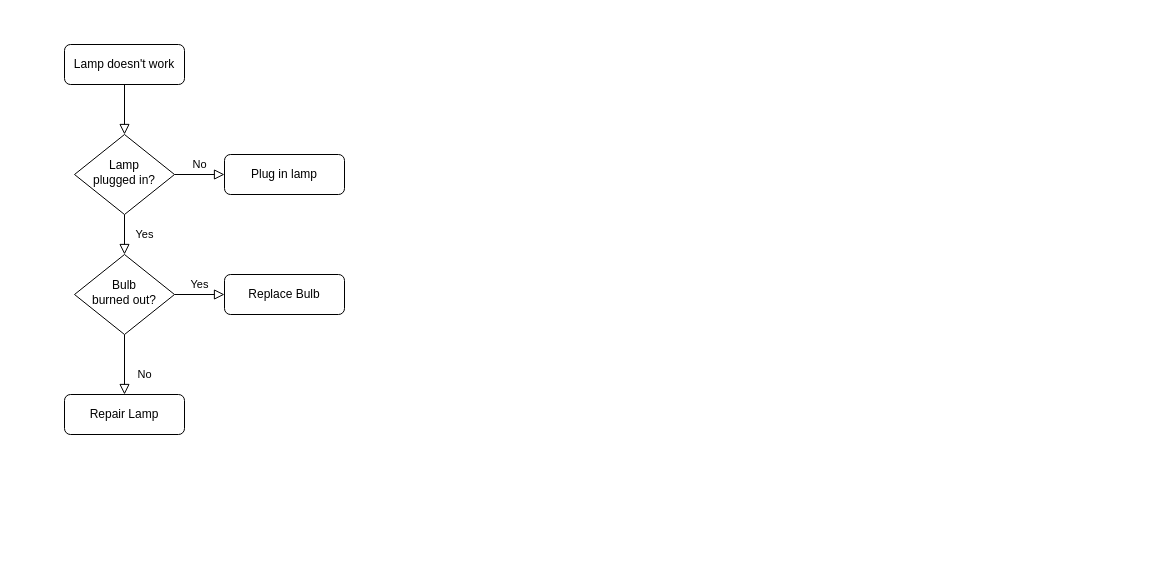
Above: Untitled Diagram.drawio in Terrorknubbel/Inventur (draw.io), before the change. Source tidied: cells renumbered, new cells numbered last; positions are measured from the earlier drawing's top-left corner, leaving out a move shared by most shapes. Both pictures are drawn from the tidied source at 100%, with x=0, y=0 at pixel (64, 44).
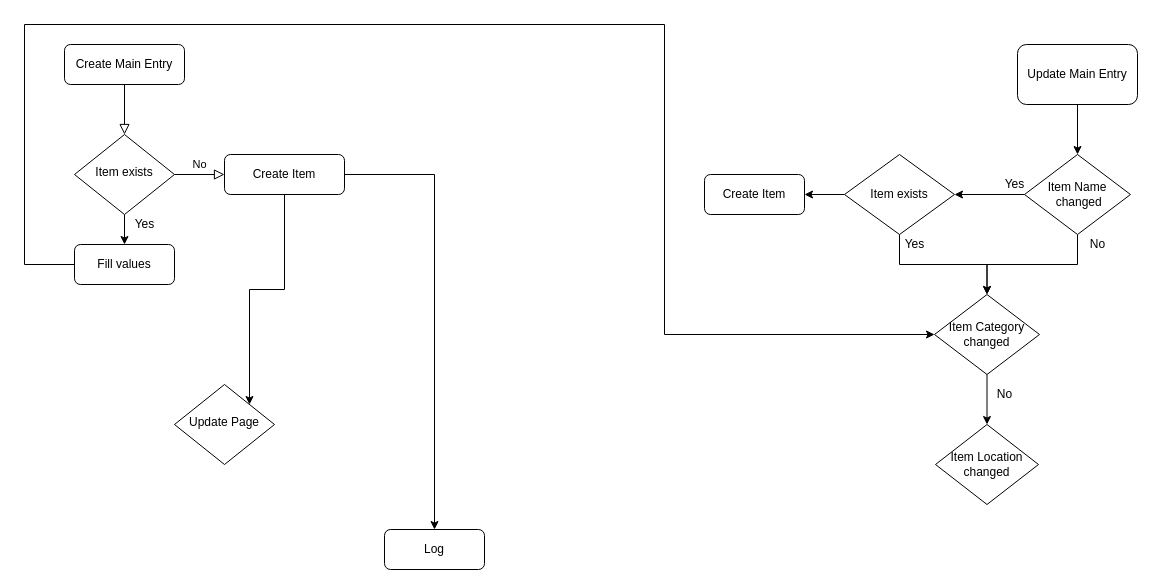
The same diagram, later.

Change to the diagram source:
```diff
@@
-    <mxCell id="3" value="Lamp doesn't work" style="rounded=1;whiteSpace=wrap;html=1;fontSize=12;glass=0;strokeWidth=1;shadow=0;" parent="1" vertex="1">
+    <mxCell id="3" value="Create Main Entry" style="rounded=1;whiteSpace=wrap;html=1;fontSize=12;glass=0;strokeWidth=1;shadow=0;" parent="1" vertex="1">
       <mxGeometry width="120" height="40" as="geometry" />
     </mxCell>
-    <mxCell id="4" value="Yes" style="rounded=0;html=1;jettySize=auto;fontSize=11;endArrow=block;endFill=0;endSize=8;strokeWidth=1;shadow=0;labelBackgroundColor=none;edgeStyle=orthogonalEdgeStyle;" parent="1" edge="1" source="6" target="10">
-      <mxGeometry y="20" relative="1" as="geometry" />
-    </mxCell>
@@
+    <mxCell id="13" style="edgeStyle=orthogonalEdgeStyle;rounded=0;jettySize=auto;html=1;exitX=0.5;exitY=1;exitDx=0;exitDy=0;entryX=0.5;entryY=0;entryDx=0;entryDy=0;" parent="1" edge="1" source="6" target="33">
+      <mxGeometry relative="1" as="geometry" />
+    </mxCell>
-    <mxCell id="6" value="Lamp&lt;br&gt;plugged in?" style="rhombus;whiteSpace=wrap;html=1;shadow=0;fontFamily=Helvetica;fontSize=12;align=center;strokeWidth=1;spacing=6;spacingTop=-4;" parent="1" vertex="1">
+    <mxCell id="6" value="Item exists" style="rhombus;whiteSpace=wrap;html=1;shadow=0;fontFamily=Helvetica;fontSize=12;align=center;strokeWidth=1;spacing=6;spacingTop=-4;" parent="1" vertex="1">
       <mxGeometry x="10" y="90" width="100" height="80" as="geometry" />
     </mxCell>
+    <mxCell id="14" style="edgeStyle=orthogonalEdgeStyle;rounded=0;jettySize=auto;html=1;exitX=0.5;exitY=1;exitDx=0;exitDy=0;entryX=1;entryY=0;entryDx=0;entryDy=0;" parent="1" edge="1" source="7" target="10">
+      <mxGeometry relative="1" as="geometry" />
+    </mxCell>
+    <mxCell id="15" style="edgeStyle=orthogonalEdgeStyle;rounded=0;jettySize=auto;html=1;exitX=1;exitY=0.5;exitDx=0;exitDy=0;entryX=0.5;entryY=0;entryDx=0;entryDy=0;" parent="1" edge="1" source="7" target="16">
+      <mxGeometry relative="1" as="geometry" />
+    </mxCell>
-    <mxCell id="7" value="Plug in lamp" style="rounded=1;whiteSpace=wrap;html=1;fontSize=12;glass=0;strokeWidth=1;shadow=0;" parent="1" vertex="1">
+    <mxCell id="7" value="Create Item" style="rounded=1;whiteSpace=wrap;html=1;fontSize=12;glass=0;strokeWidth=1;shadow=0;" parent="1" vertex="1">
       <mxGeometry x="160" y="110" width="120" height="40" as="geometry" />
     </mxCell>
-    <mxCell id="8" value="No" style="rounded=0;html=1;jettySize=auto;fontSize=11;endArrow=block;endFill=0;endSize=8;strokeWidth=1;shadow=0;labelBackgroundColor=none;edgeStyle=orthogonalEdgeStyle;" parent="1" edge="1" source="10" target="11">
-      <mxGeometry x="0.33" y="20" relative="1" as="geometry" />
-    </mxCell>
-    <mxCell id="9" value="Yes" style="edgeStyle=orthogonalEdgeStyle;rounded=0;html=1;jettySize=auto;fontSize=11;endArrow=block;endFill=0;endSize=8;strokeWidth=1;shadow=0;labelBackgroundColor=none;" parent="1" edge="1" source="10" target="12">
-      <mxGeometry y="10" relative="1" as="geometry" />
-    </mxCell>
-    <mxCell id="10" value="Bulb&lt;br&gt;burned out?" style="rhombus;whiteSpace=wrap;html=1;shadow=0;fontFamily=Helvetica;fontSize=12;align=center;strokeWidth=1;spacing=6;spacingTop=-4;" parent="1" vertex="1">
-      <mxGeometry x="10" y="210" width="100" height="80" as="geometry" />
+    <mxCell id="10" value="Update Page" style="rhombus;whiteSpace=wrap;html=1;shadow=0;fontFamily=Helvetica;fontSize=12;align=center;strokeWidth=1;spacing=6;spacingTop=-4;" parent="1" vertex="1">
+      <mxGeometry x="110" y="340" width="100" height="80" as="geometry" />
     </mxCell>
-    <mxCell id="11" value="Repair Lamp" style="rounded=1;whiteSpace=wrap;html=1;fontSize=12;glass=0;strokeWidth=1;shadow=0;" parent="1" vertex="1">
-      <mxGeometry y="350" width="120" height="40" as="geometry" />
-    </mxCell>
-    <mxCell id="12" value="Replace Bulb" style="rounded=1;whiteSpace=wrap;html=1;fontSize=12;glass=0;strokeWidth=1;shadow=0;" parent="1" vertex="1">
-      <mxGeometry x="160" y="230" width="120" height="40" as="geometry" />
-    </mxCell>
+    <mxCell id="16" value="Log" style="rounded=1;whiteSpace=wrap;html=1;" parent="1" vertex="1">
+      <mxGeometry x="320" y="485" width="100" height="40" as="geometry" />
+    </mxCell>
+    <mxCell id="17" style="edgeStyle=orthogonalEdgeStyle;rounded=0;jettySize=auto;html=1;" parent="1" edge="1" source="18" target="21">
+      <mxGeometry relative="1" as="geometry" />
+    </mxCell>
+    <mxCell id="18" value="Update Main Entry" style="rounded=1;whiteSpace=wrap;html=1;" parent="1" vertex="1">
+      <mxGeometry x="953" width="120" height="60" as="geometry" />
+    </mxCell>
+    <mxCell id="19" style="edgeStyle=orthogonalEdgeStyle;rounded=0;jettySize=auto;html=1;exitX=0.5;exitY=1;exitDx=0;exitDy=0;entryX=0.5;entryY=0;entryDx=0;entryDy=0;" parent="1" edge="1" source="21" target="25">
+      <mxGeometry relative="1" as="geometry" />
+    </mxCell>
+    <mxCell id="20" style="edgeStyle=orthogonalEdgeStyle;rounded=0;jettySize=auto;html=1;exitX=0;exitY=0.5;exitDx=0;exitDy=0;entryX=1;entryY=0.5;entryDx=0;entryDy=0;" parent="1" edge="1" source="21" target="29">
+      <mxGeometry relative="1" as="geometry" />
+    </mxCell>
+    <mxCell id="21" value="Item Name&lt;br&gt;&amp;nbsp;changed" style="rhombus;whiteSpace=wrap;html=1;" parent="1" vertex="1">
+      <mxGeometry x="960" y="110" width="106" height="80" as="geometry" />
+    </mxCell>
+    <mxCell id="22" value="Yes&lt;br&gt;" style="text;html=1;align=center;verticalAlign=middle;" parent="1" vertex="1">
+      <mxGeometry x="60" y="170" width="40" height="20" as="geometry" />
+    </mxCell>
+    <mxCell id="23" value="Yes&lt;br&gt;" style="text;html=1;align=center;verticalAlign=middle;" parent="1" vertex="1">
+      <mxGeometry x="930" y="130" width="40" height="20" as="geometry" />
+    </mxCell>
+    <mxCell id="24" style="edgeStyle=orthogonalEdgeStyle;rounded=0;jettySize=auto;html=1;exitX=0.5;exitY=1;exitDx=0;exitDy=0;" parent="1" edge="1" source="25" target="34">
+      <mxGeometry relative="1" as="geometry" />
+    </mxCell>
+    <mxCell id="25" value="Item Category changed" style="rhombus;whiteSpace=wrap;html=1;" parent="1" vertex="1">
+      <mxGeometry x="870" y="250" width="105" height="80" as="geometry" />
+    </mxCell>
+    <mxCell id="26" value="No&lt;br&gt;" style="text;html=1;align=center;verticalAlign=middle;" parent="1" vertex="1">
+      <mxGeometry x="1018" y="190" width="30" height="20" as="geometry" />
+    </mxCell>
+    <mxCell id="27" style="edgeStyle=orthogonalEdgeStyle;rounded=0;jettySize=auto;html=1;exitX=0.5;exitY=1;exitDx=0;exitDy=0;entryX=0.5;entryY=0;entryDx=0;entryDy=0;" parent="1" edge="1" source="29" target="25">
+      <mxGeometry relative="1" as="geometry" />
+    </mxCell>
+    <mxCell id="28" style="edgeStyle=orthogonalEdgeStyle;rounded=0;jettySize=auto;html=1;exitX=0;exitY=0.5;exitDx=0;exitDy=0;entryX=1;entryY=0.5;entryDx=0;entryDy=0;" parent="1" edge="1" source="29" target="31">
+      <mxGeometry relative="1" as="geometry" />
+    </mxCell>
+    <mxCell id="29" value="Item exists" style="rhombus;whiteSpace=wrap;html=1;" parent="1" vertex="1">
+      <mxGeometry x="780" y="110" width="110" height="80" as="geometry" />
+    </mxCell>
+    <mxCell id="30" value="Yes" style="text;html=1;align=center;verticalAlign=middle;" parent="1" vertex="1">
+      <mxGeometry x="830" y="190" width="40" height="20" as="geometry" />
+    </mxCell>
+    <mxCell id="31" value="Create Item" style="rounded=1;whiteSpace=wrap;html=1;" parent="1" vertex="1">
+      <mxGeometry x="640" y="130" width="100" height="40" as="geometry" />
+    </mxCell>
+    <mxCell id="32" style="edgeStyle=orthogonalEdgeStyle;rounded=0;jettySize=auto;html=1;exitX=0;exitY=0.5;exitDx=0;exitDy=0;entryX=0;entryY=0.5;entryDx=0;entryDy=0;" parent="1" edge="1" source="33" target="25">
+      <mxGeometry relative="1" as="geometry">
+        <Array as="points">
+          <mxPoint x="-40" y="220" />
+          <mxPoint x="-40" y="-20" />
+          <mxPoint x="600" y="-20" />
+          <mxPoint x="600" y="290" />
+        </Array>
+      </mxGeometry>
+    </mxCell>
+    <mxCell id="33" value="Fill values" style="rounded=1;whiteSpace=wrap;html=1;" parent="1" vertex="1">
+      <mxGeometry x="10" y="200" width="100" height="40" as="geometry" />
+    </mxCell>
+    <mxCell id="34" value="Item Location changed" style="rhombus;whiteSpace=wrap;html=1;" parent="1" vertex="1">
+      <mxGeometry x="871" y="380" width="103" height="80" as="geometry" />
+    </mxCell>
+    <mxCell id="35" value="No" style="text;html=1;align=center;verticalAlign=middle;" parent="1" vertex="1">
+      <mxGeometry x="925" y="340" width="30" height="20" as="geometry" />
+    </mxCell>
```
